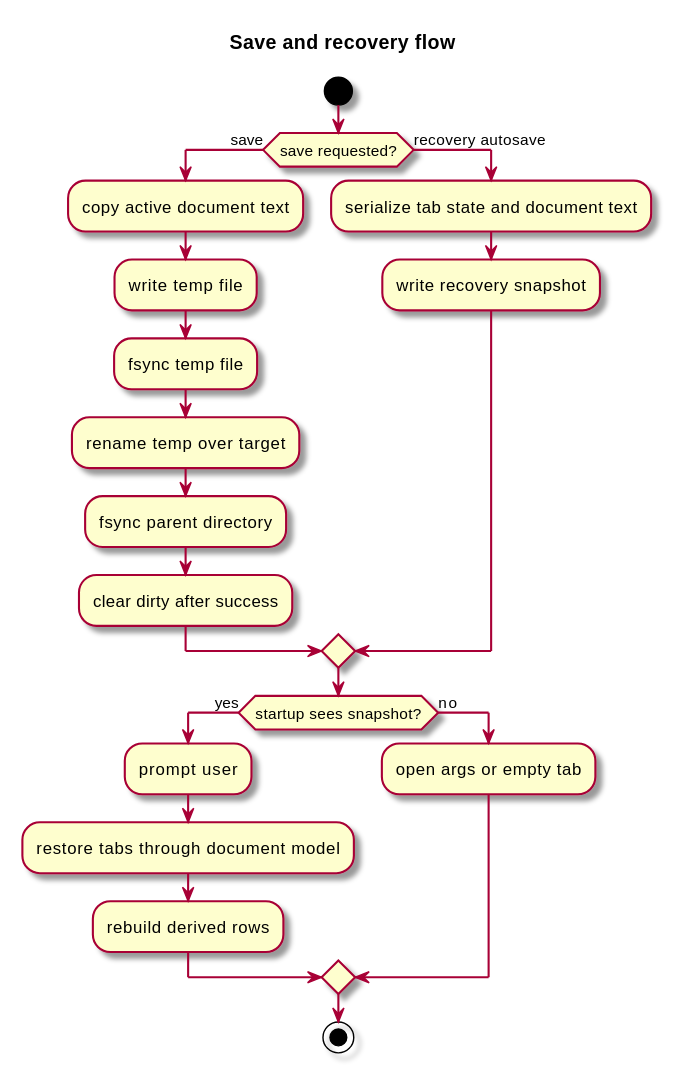
This is docs/diagrams/svg/save-recovery.svg from kokkoniemi/rotide, a PlantUML export, as it was before one commit. Its source is kept beside it as docs/diagrams/src/save-recovery.puml.
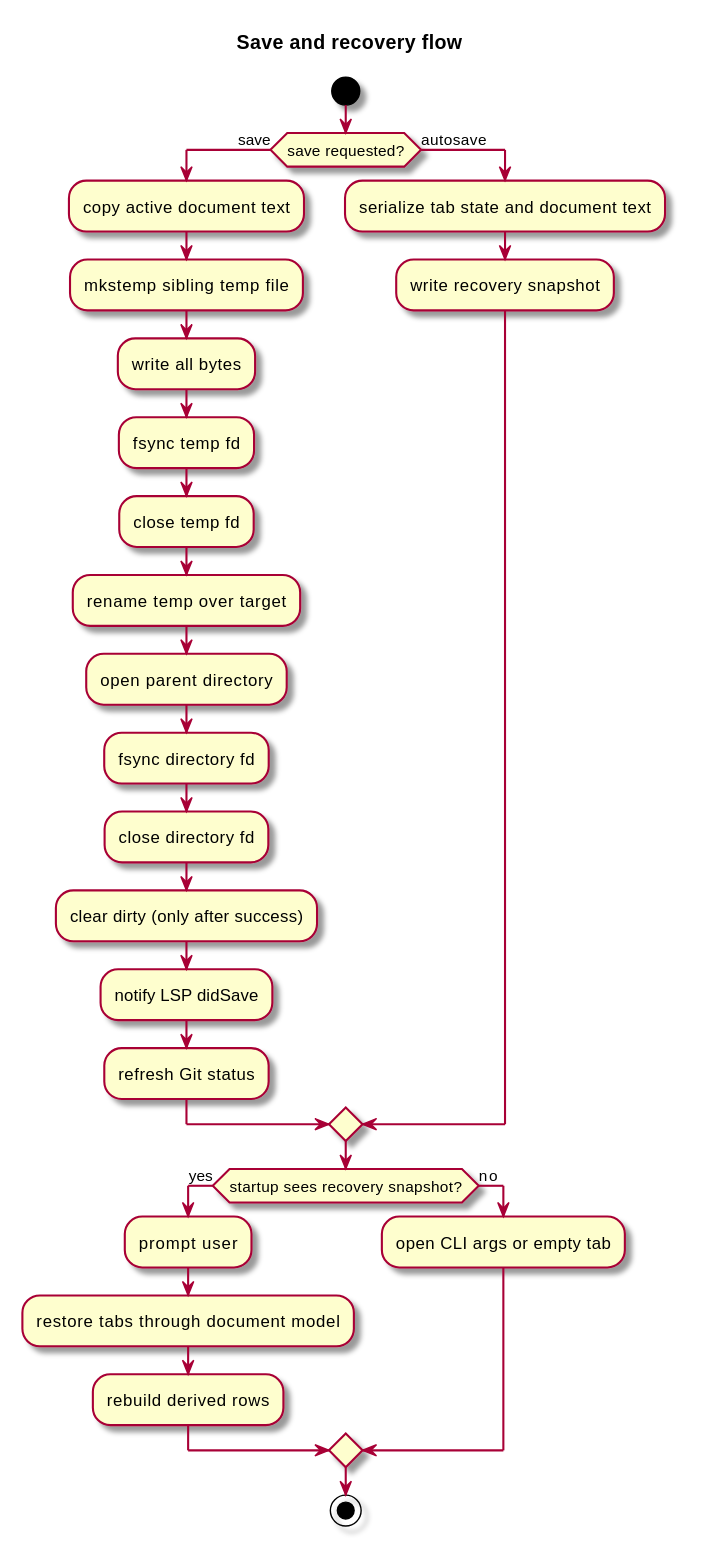
The same diagram one commit later.

What changed in the source:
```diff
@@ -5,23 +5,29 @@
 
 start
 if (save requested?) then (save)
-	:copy active document text;
-	:write temp file;
-	:fsync temp file;
-	:rename temp over target;
-	:fsync parent directory;
-	:clear dirty after success;
-else (recovery autosave)
-	:serialize tab state and document text;
-	:write recovery snapshot;
+  :copy active document text;
+  :mkstemp sibling temp file;
+  :write all bytes;
+  :fsync temp fd;
+  :close temp fd;
+  :rename temp over target;
+  :open parent directory;
+  :fsync directory fd;
+  :close directory fd;
+  :clear dirty (only after success);
+  :notify LSP didSave;
+  :refresh Git status;
+else (autosave)
+  :serialize tab state and document text;
+  :write recovery snapshot;
 endif
 
-if (startup sees snapshot?) then (yes)
-	:prompt user;
-	:restore tabs through document model;
-	:rebuild derived rows;
+if (startup sees recovery snapshot?) then (yes)
+  :prompt user;
+  :restore tabs through document model;
+  :rebuild derived rows;
 else (no)
-	:open args or empty tab;
+  :open CLI args or empty tab;
 endif
 stop
 
```
